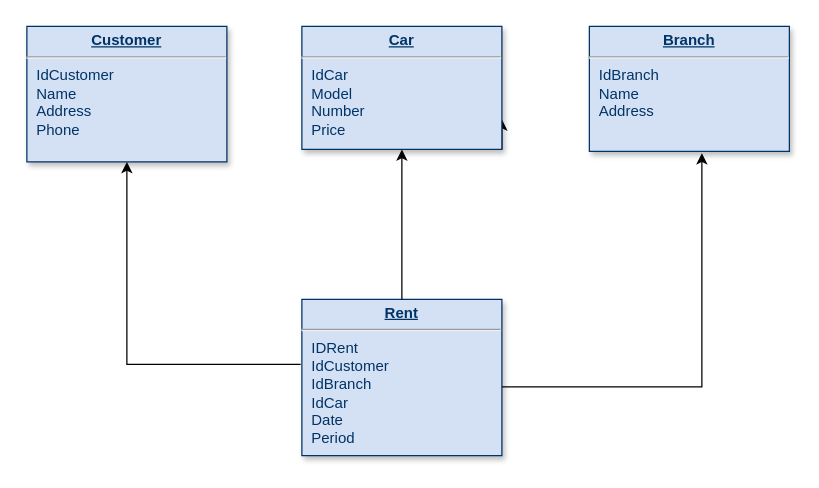
The draw.io diagram rent_auto.drawio in vadimhl/task.education.nixsolutions.com, before the edit. Source tidied: cells renumbered, new cells numbered last; positions are measured from the earlier drawing's top-left corner, leaving out a move shared by most shapes. Both pictures are drawn from the tidied source at 125%, with x=0, y=0 at pixel (26, 26).
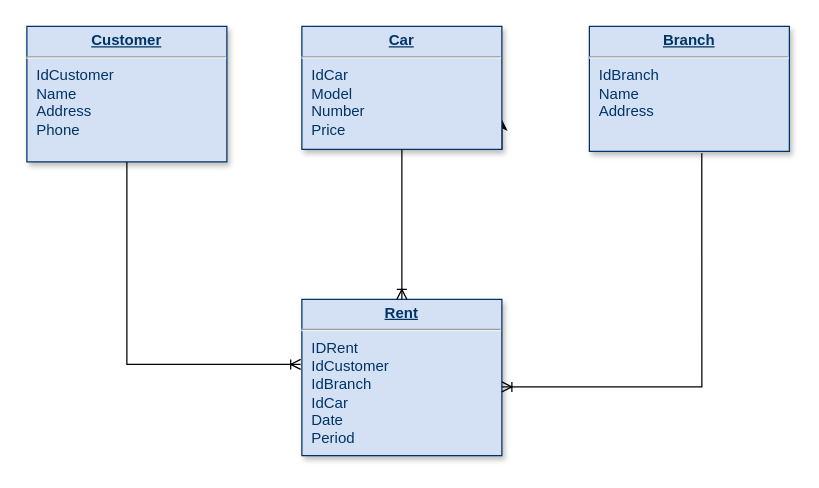
Above is the later version.

The edit, as a diff of the source:
```diff
@@
 <mxGraphModel>
   <root>
     <mxCell id="0" />
     <mxCell id="1" parent="0" />
     <mxCell id="2" style="edgeStyle=orthogonalEdgeStyle;rounded=0;jettySize=auto;html=1;exitX=1;exitY=1;exitDx=0;exitDy=0;" parent="1" edge="1" source="3">
       <mxGeometry relative="1" as="geometry">
         <mxPoint x="380" y="74" as="targetPoint" />
       </mxGeometry>
     </mxCell>
     <mxCell id="3" value="&lt;p style=&quot;margin: 0px; margin-top: 4px; text-align: center; text-decoration: underline;&quot;&gt;&lt;strong&gt;Car&lt;/strong&gt;&lt;/p&gt;&lt;hr&gt;&lt;p style=&quot;margin: 0px; margin-left: 8px;&quot;&gt;IdCar&lt;br&gt;Model&lt;/p&gt;&lt;p style=&quot;margin: 0px; margin-left: 8px;&quot;&gt;Number&lt;/p&gt;&lt;p style=&quot;margin: 0px; margin-left: 8px;&quot;&gt;Price&lt;/p&gt;" style="verticalAlign=top;align=left;overflow=fill;fontSize=12;fontFamily=Helvetica;html=1;strokeColor=#003366;shadow=1;fillColor=#D4E1F5;fontColor=#003366;" parent="1" vertex="1">
       <mxGeometry x="220" y="-0.4" width="160" height="98.4" as="geometry" />
     </mxCell>
     <mxCell id="4" value="&lt;p style=&quot;margin: 0px; margin-top: 4px; text-align: center; text-decoration: underline;&quot;&gt;&lt;b&gt;Rent&lt;/b&gt;&lt;/p&gt;&lt;hr&gt;&lt;p style=&quot;margin: 0px; margin-left: 8px;&quot;&gt;IDRent&lt;/p&gt;&lt;p style=&quot;margin: 0px; margin-left: 8px;&quot;&gt;IdCustomer&lt;/p&gt;&lt;p style=&quot;margin: 0px; margin-left: 8px;&quot;&gt;IdBranch&lt;/p&gt;&lt;p style=&quot;margin: 0px; margin-left: 8px;&quot;&gt;IdCar&lt;/p&gt;&lt;p style=&quot;margin: 0px; margin-left: 8px;&quot;&gt;Date&lt;/p&gt;&lt;p style=&quot;margin: 0px; margin-left: 8px;&quot;&gt;&lt;span style=&quot;background-color: initial;&quot;&gt;Period&lt;/span&gt;&lt;br&gt;&lt;/p&gt;" style="verticalAlign=top;align=left;overflow=fill;fontSize=12;fontFamily=Helvetica;html=1;strokeColor=#003366;shadow=1;fillColor=#D4E1F5;fontColor=#003366;" parent="1" vertex="1">
       <mxGeometry x="220" y="218" width="160" height="125" as="geometry" />
     </mxCell>
     <mxCell id="5" value="&lt;p style=&quot;margin: 0px; margin-top: 4px; text-align: center; text-decoration: underline;&quot;&gt;&lt;b&gt;Branch&lt;/b&gt;&lt;/p&gt;&lt;hr&gt;&lt;p style=&quot;margin: 0px; margin-left: 8px;&quot;&gt;IdBranch&lt;/p&gt;&lt;p style=&quot;margin: 0px; margin-left: 8px;&quot;&gt;Name&lt;/p&gt;&lt;p style=&quot;margin: 0px; margin-left: 8px;&quot;&gt;Address&lt;/p&gt;" style="verticalAlign=top;align=left;overflow=fill;fontSize=12;fontFamily=Helvetica;html=1;strokeColor=#003366;shadow=1;fillColor=#D4E1F5;fontColor=#003366;" parent="1" vertex="1">
       <mxGeometry x="450" y="-0.4" width="160" height="100" as="geometry" />
     </mxCell>
     <mxCell id="6" value="&lt;p style=&quot;margin: 0px; margin-top: 4px; text-align: center; text-decoration: underline;&quot;&gt;&lt;strong&gt;Customer&lt;/strong&gt;&lt;/p&gt;&lt;hr&gt;&lt;p style=&quot;margin: 0px; margin-left: 8px;&quot;&gt;IdCustomer&lt;/p&gt;&lt;p style=&quot;margin: 0px; margin-left: 8px;&quot;&gt;&lt;span style=&quot;background-color: initial;&quot;&gt;Name&lt;/span&gt;&lt;/p&gt;&lt;p style=&quot;margin: 0px; margin-left: 8px;&quot;&gt;Address&lt;/p&gt;&lt;p style=&quot;margin: 0px; margin-left: 8px;&quot;&gt;Phone&lt;/p&gt;&lt;p style=&quot;margin: 0px; margin-left: 8px;&quot;&gt;&lt;br&gt;&lt;/p&gt;" style="verticalAlign=top;align=left;overflow=fill;fontSize=12;fontFamily=Helvetica;html=1;strokeColor=#003366;shadow=1;fillColor=#D4E1F5;fontColor=#003366;" parent="1" vertex="1">
       <mxGeometry y="-0.4" width="160" height="108.4" as="geometry" />
     </mxCell>
-    <mxCell id="7" style="edgeStyle=segmentEdgeStyle;endArrow=classic;html=1;rounded=0;exitX=-0.006;exitY=0.416;exitDx=0;exitDy=0;exitPerimeter=0;entryX=0.5;entryY=1;entryDx=0;entryDy=0;" parent="1" edge="1" source="4" target="6">
+    <mxCell id="7" style="edgeStyle=segmentEdgeStyle;endArrow=ERoneToMany;html=1;rounded=0;exitX=0.5;exitY=1;exitDx=0;exitDy=0;entryX=-0.006;entryY=0.416;entryDx=0;entryDy=0;entryPerimeter=0;" parent="1" edge="1" source="6" target="4">
       <mxGeometry relative="1" as="geometry">
         <Array as="points">
           <mxPoint x="80" y="270" />
         </Array>
       </mxGeometry>
     </mxCell>
-    <mxCell id="8" style="endArrow=classic;html=1;rounded=0;exitX=0.5;exitY=0;exitDx=0;exitDy=0;entryX=0.5;entryY=1;entryDx=0;entryDy=0;" parent="1" edge="1" source="4" target="3">
+    <mxCell id="8" style="endArrow=ERoneToMany;html=1;rounded=0;exitX=0.5;exitY=1;exitDx=0;exitDy=0;entryX=0.5;entryY=0;entryDx=0;entryDy=0;" parent="1" edge="1" source="3" target="4">
       <mxGeometry relative="1" as="geometry" />
     </mxCell>
-    <mxCell id="9" style="edgeStyle=elbowEdgeStyle;elbow=horizontal;endArrow=classic;html=1;rounded=0;entryX=0.562;entryY=1.014;entryDx=0;entryDy=0;entryPerimeter=0;" parent="1" edge="1" target="5">
+    <mxCell id="9" style="edgeStyle=elbowEdgeStyle;elbow=horizontal;endArrow=ERoneToMany;html=1;rounded=0;entryX=0.562;entryY=1.014;entryDx=0;entryDy=0;entryPerimeter=0;exitX=0.562;exitY=1.014;exitDx=0;exitDy=0;exitPerimeter=0;" parent="1" edge="1" source="5">
       <mxGeometry relative="1" as="geometry">
-        <mxPoint x="380" y="288" as="sourcePoint" />
+        <mxPoint x="380" y="288" as="targetPoint" />
         <Array as="points">
+          <mxPoint x="540" y="258" />
+          <mxPoint x="540" y="128" />
+          <mxPoint x="550" y="138" />
           <mxPoint x="540" y="188" />
-          <mxPoint x="550" y="138" />
-          <mxPoint x="540" y="128" />
-          <mxPoint x="540" y="258" />
         </Array>
       </mxGeometry>
     </mxCell>
   </root>
 </mxGraphModel>
```
